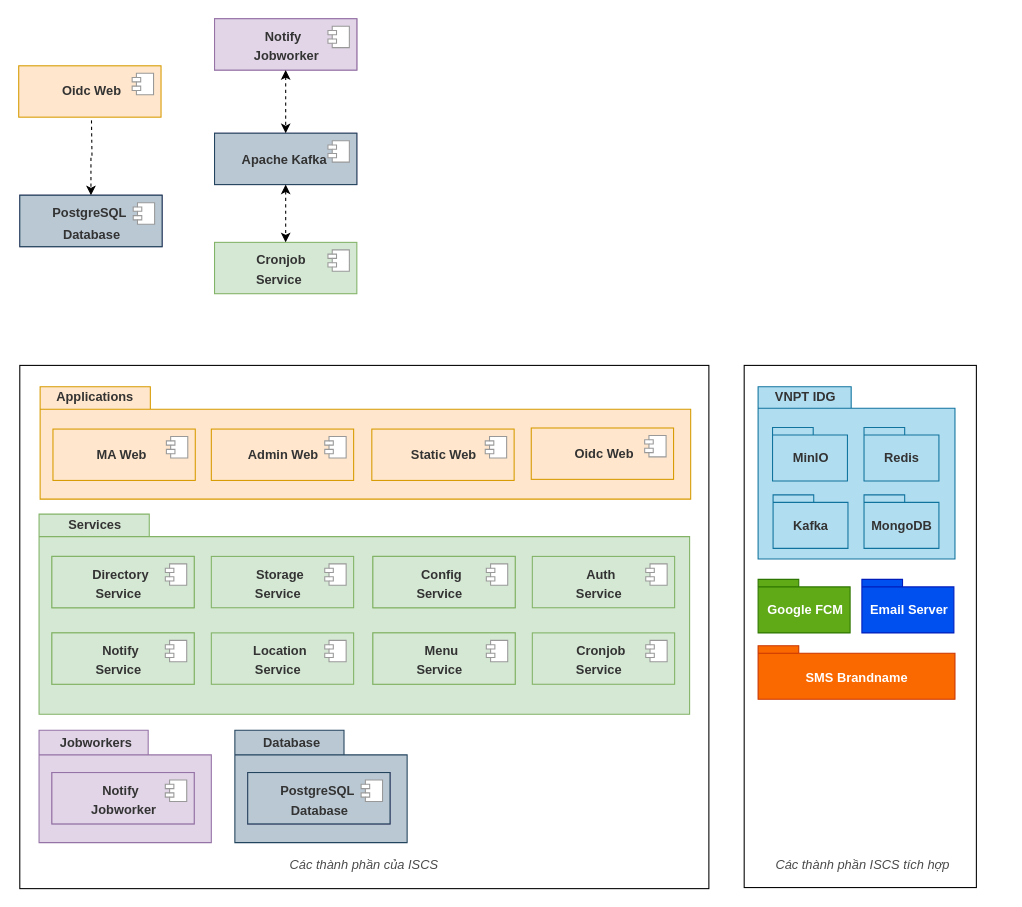
Earlier version of the draw.io diagram iscs.drawio (mitgaming/drawio). Source tidied: cells renumbered, new cells numbered last; positions are measured from the earlier drawing's top-left corner, leaving out a move shared by most shapes. Both pictures are drawn from the tidied source at 107%, with x=0, y=0 at pixel (18, 18).
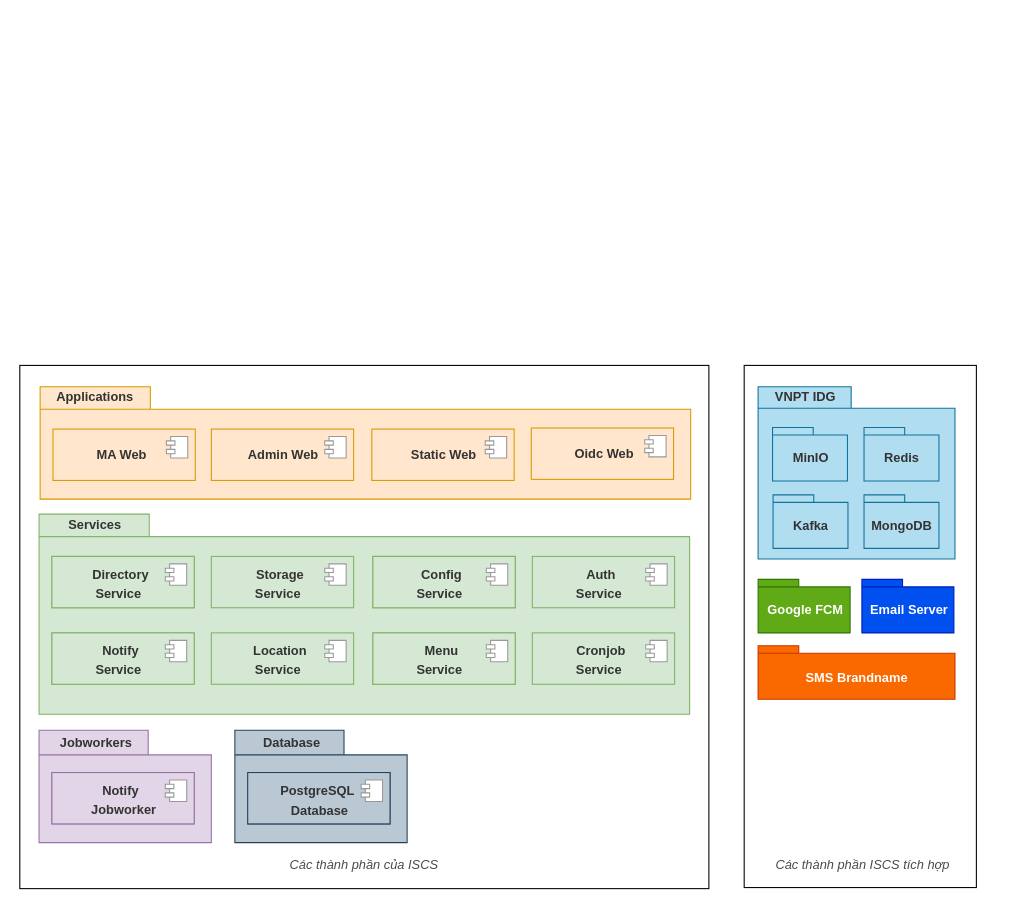
After the change.

The edit, as a diff of the source:
```diff
@@
-    <mxCell id="112" style="group;" parent="1" vertex="1">
-      <mxGeometry y="44" width="133" height="57" as="geometry" />
-    </mxCell>
-    <mxCell id="113" value="&lt;p style=&quot;line-height: 0.7&quot;&gt;&lt;/p&gt;&lt;h2 style=&quot;font-size: 13px&quot;&gt;&lt;br&gt;&lt;/h2&gt;&lt;p&gt;&lt;/p&gt;" style="html=1;strokeColor=#d79b00;fillColor=#ffe6cc;" parent="112" vertex="1">
-      <mxGeometry width="133" height="48" as="geometry" />
-    </mxCell>
-    <mxCell id="114" style="shape=module;jettyWidth=8;jettyHeight=4;strokeColor=#999999;" parent="113" vertex="1">
-      <mxGeometry x="1" width="20" height="20" relative="1" as="geometry">
-        <mxPoint x="-27" y="7" as="offset" />
-      </mxGeometry>
-    </mxCell>
-    <mxCell id="115" value="&lt;span style=&quot;color: rgb(51 , 51 , 51)&quot;&gt;&lt;b&gt;Oidc Web&lt;/b&gt;&lt;/span&gt;" style="text;html=1;align=center;verticalAlign=middle;strokeColor=none;fillColor=none;" parent="112" vertex="1">
-      <mxGeometry x="35" y="15" width="65" height="18" as="geometry" />
-    </mxCell>
-    <mxCell id="116" style="group;fillColor=#bac8d3;strokeColor=#23445d;" parent="1" vertex="1">
-      <mxGeometry x="1" y="165" width="133" height="48" as="geometry" />
-    </mxCell>
-    <mxCell id="117" style="group;fillColor=#e1d5e7;strokeColor=#9673a6;" parent="116" vertex="1">
-      <mxGeometry width="133" height="48" as="geometry" />
-    </mxCell>
-    <mxCell id="118" value="&lt;p style=&quot;line-height: 0.7&quot;&gt;&lt;/p&gt;&lt;h2 style=&quot;font-size: 13px&quot;&gt;&lt;br&gt;&lt;/h2&gt;&lt;p&gt;&lt;/p&gt;" style="html=1;strokeColor=#23445d;fillColor=#bac8d3;" parent="117" vertex="1">
-      <mxGeometry width="133" height="48" as="geometry" />
-    </mxCell>
-    <mxCell id="119" style="shape=module;jettyWidth=8;jettyHeight=4;strokeColor=#999999;" parent="118" vertex="1">
-      <mxGeometry x="1" width="20" height="20" relative="1" as="geometry">
-        <mxPoint x="-27" y="7" as="offset" />
-      </mxGeometry>
-    </mxCell>
-    <mxCell id="120" value="&lt;font color=&quot;#333333&quot;&gt;&lt;b&gt;PostgreSQL&lt;/b&gt;&lt;/font&gt;" style="text;html=1;align=center;verticalAlign=middle;strokeColor=none;fillColor=none;" parent="117" vertex="1">
-      <mxGeometry x="25" y="8" width="79" height="18" as="geometry" />
-    </mxCell>
-    <mxCell id="121" value="&lt;b style=&quot;color: rgb(51 , 51 , 51)&quot;&gt;Database&lt;/b&gt;" style="text;html=1;align=center;verticalAlign=middle;strokeColor=none;fillColor=none;" parent="116" vertex="1">
-      <mxGeometry x="35" y="27.5" width="63" height="18" as="geometry" />
-    </mxCell>
-    <mxCell id="122" style="edgeStyle=orthogonalEdgeStyle;rounded=0;jettySize=auto;html=1;entryX=0.5;entryY=0;entryDx=0;entryDy=0;fontSize=13;fontColor=#FFFFFF;dashed=1;" parent="1" edge="1" target="118">
-      <mxGeometry relative="1" as="geometry">
-        <mxPoint x="68" y="95" as="sourcePoint" />
-      </mxGeometry>
-    </mxCell>
-    <mxCell id="123" style="group;fillColor=#e1d5e7;strokeColor=#9673a6;" parent="1" vertex="1">
-      <mxGeometry x="183" y="107" width="133" height="48" as="geometry" />
-    </mxCell>
-    <mxCell id="124" value="&lt;p style=&quot;line-height: 0.7&quot;&gt;&lt;/p&gt;&lt;h2 style=&quot;font-size: 13px&quot;&gt;&lt;br&gt;&lt;/h2&gt;&lt;p&gt;&lt;/p&gt;" style="html=1;strokeColor=#23445d;fillColor=#bac8d3;" parent="123" vertex="1">
-      <mxGeometry width="133" height="48" as="geometry" />
-    </mxCell>
-    <mxCell id="125" style="shape=module;jettyWidth=8;jettyHeight=4;strokeColor=#999999;" parent="124" vertex="1">
-      <mxGeometry x="1" width="20" height="20" relative="1" as="geometry">
-        <mxPoint x="-27" y="7" as="offset" />
-      </mxGeometry>
-    </mxCell>
-    <mxCell id="126" value="&lt;font color=&quot;#333333&quot;&gt;&lt;b&gt;Apache Kafka&lt;/b&gt;&lt;/font&gt;" style="text;html=1;align=center;verticalAlign=middle;strokeColor=none;fillColor=none;" parent="123" vertex="1">
-      <mxGeometry x="20" y="16" width="89" height="18" as="geometry" />
-    </mxCell>
-    <mxCell id="127" style="group;fillColor=#e1d5e7;strokeColor=#9673a6;" parent="1" vertex="1">
-      <mxGeometry x="183" width="133" height="48" as="geometry" />
-    </mxCell>
-    <mxCell id="128" value="&lt;p style=&quot;line-height: 0.7&quot;&gt;&lt;/p&gt;&lt;h2 style=&quot;font-size: 13px&quot;&gt;&lt;br&gt;&lt;/h2&gt;&lt;p&gt;&lt;/p&gt;" style="html=1;strokeColor=#9673a6;fillColor=#e1d5e7;" parent="127" vertex="1">
-      <mxGeometry width="133" height="48" as="geometry" />
-    </mxCell>
-    <mxCell id="129" style="shape=module;jettyWidth=8;jettyHeight=4;strokeColor=#999999;" parent="128" vertex="1">
-      <mxGeometry x="1" width="20" height="20" relative="1" as="geometry">
-        <mxPoint x="-27" y="7" as="offset" />
-      </mxGeometry>
-    </mxCell>
-    <mxCell id="130" value="&lt;span style=&quot;color: rgb(51 , 51 , 51)&quot;&gt;&lt;b&gt;Notify&lt;/b&gt;&lt;/span&gt;" style="text;html=1;align=center;verticalAlign=middle;strokeColor=none;fillColor=none;" parent="127" vertex="1">
-      <mxGeometry x="42" y="8" width="44" height="18" as="geometry" />
-    </mxCell>
-    <mxCell id="131" value="&lt;b style=&quot;color: rgb(51 , 51 , 51)&quot;&gt;Jobworker&lt;/b&gt;" style="text;html=1;align=center;verticalAlign=middle;strokeColor=none;fillColor=none;" parent="127" vertex="1">
-      <mxGeometry x="31" y="26" width="71" height="18" as="geometry" />
-    </mxCell>
-    <mxCell id="132" style="group;" parent="1" vertex="1">
-      <mxGeometry x="181" y="209" width="133" height="48" as="geometry" />
-    </mxCell>
-    <mxCell id="133" value="&lt;p style=&quot;line-height: 0.7&quot;&gt;&lt;/p&gt;&lt;h2 style=&quot;font-size: 13px&quot;&gt;&lt;br&gt;&lt;/h2&gt;&lt;p&gt;&lt;/p&gt;" style="html=1;strokeColor=#82b366;fillColor=#d5e8d4;" parent="132" vertex="1">
-      <mxGeometry x="2" width="133" height="48" as="geometry" />
-    </mxCell>
-    <mxCell id="134" style="shape=module;jettyWidth=8;jettyHeight=4;strokeColor=#999999;" parent="133" vertex="1">
-      <mxGeometry x="1" width="20" height="20" relative="1" as="geometry">
-        <mxPoint x="-27" y="7" as="offset" />
-      </mxGeometry>
-    </mxCell>
-    <mxCell id="135" value="&lt;font color=&quot;#333333&quot;&gt;&lt;b&gt;Cronjob&lt;/b&gt;&lt;/font&gt;" style="text;html=1;align=center;verticalAlign=middle;strokeColor=none;fillColor=none;" parent="132" vertex="1">
-      <mxGeometry x="36" y="8" width="56" height="18" as="geometry" />
-    </mxCell>
-    <mxCell id="136" value="&lt;font color=&quot;#333333&quot;&gt;&lt;b&gt;Service&lt;/b&gt;&lt;/font&gt;" style="text;html=1;align=center;verticalAlign=middle;strokeColor=none;fillColor=none;" parent="132" vertex="1">
-      <mxGeometry x="35" y="26" width="53" height="18" as="geometry" />
-    </mxCell>
-    <mxCell id="137" style="rounded=0;jettySize=auto;html=1;entryX=0.5;entryY=0;entryDx=0;entryDy=0;dashed=1;fontSize=13;fontColor=#FFFFFF;exitX=0.5;exitY=1;exitDx=0;exitDy=0;startArrow=classic;startFill=1;" parent="1" edge="1" source="124" target="133">
-      <mxGeometry relative="1" as="geometry" />
-    </mxCell>
-    <mxCell id="138" style="edgeStyle=none;rounded=0;jettySize=auto;html=1;entryX=0.5;entryY=0;entryDx=0;entryDy=0;dashed=1;fontSize=13;fontColor=#FFFFFF;startArrow=classic;startFill=1;" parent="1" edge="1" source="128" target="124">
-      <mxGeometry relative="1" as="geometry" />
-    </mxCell>
```
